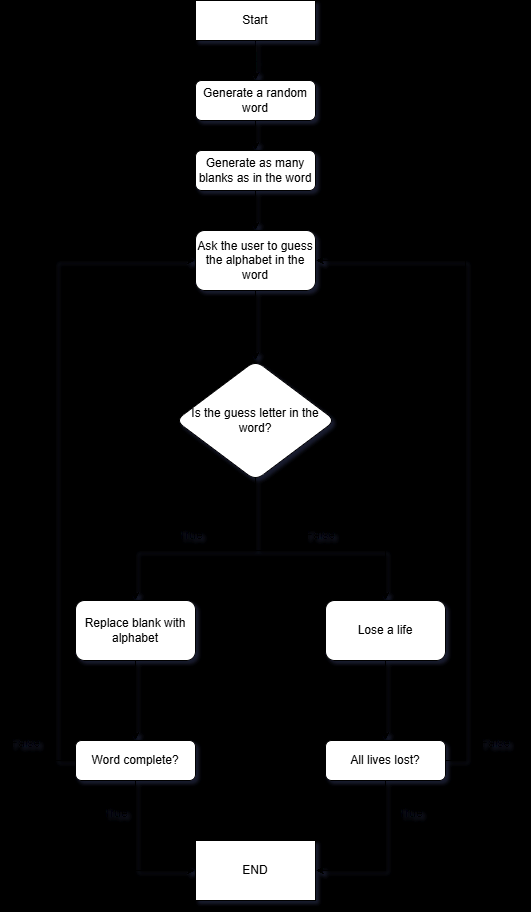
The draw.io diagram Flowchart Diagram.drawio.png in Lucifer2969/Hangman_Project, before a commit. Source tidied: cells renumbered, new cells last; positions are measured from the earlier drawing's top-left corner, leaving out a move shared by most shapes.
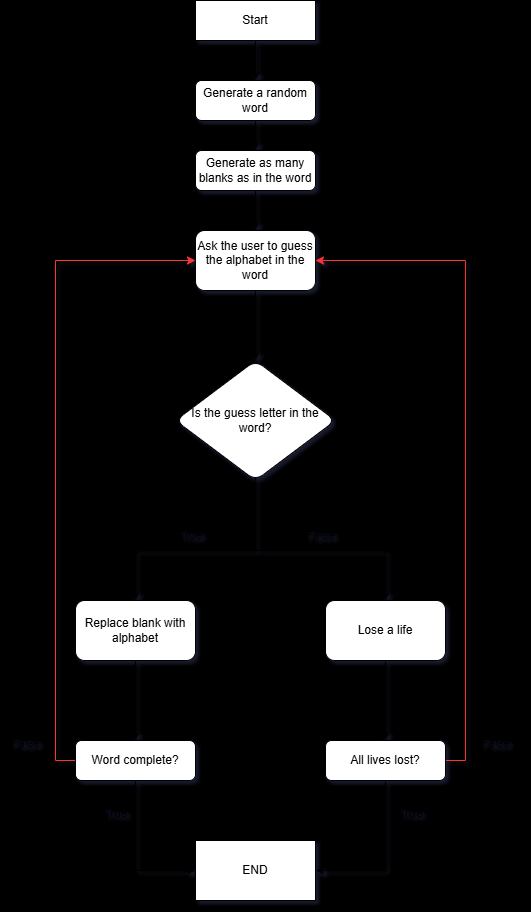
The same file after the commit.

The edit, as a diff of the source:
```diff
@@ -63,13 +63,13 @@
     <mxCell id="17" value="Is the guess letter in the word?" style="rhombus;whiteSpace=wrap;html=1;rounded=1;glass=0;strokeWidth=1;shadow=0;" parent="1" vertex="1">
       <mxGeometry x="175" y="360" width="160" height="120" as="geometry" />
     </mxCell>
-    <mxCell id="18" style="edgeStyle=orthogonalEdgeStyle;rounded=0;jettySize=auto;html=1;exitX=1;exitY=0.5;exitDx=0;exitDy=0;entryX=1;entryY=0.5;entryDx=0;entryDy=0;" parent="1" edge="1" source="19" target="7">
+    <mxCell id="18" style="edgeStyle=orthogonalEdgeStyle;rounded=0;jettySize=auto;html=1;exitX=1;exitY=0.5;exitDx=0;exitDy=0;entryX=1;entryY=0.5;entryDx=0;entryDy=0;strokeColor=light-dark(#FF3333,#EDEDED);" parent="1" edge="1" source="19" target="7">
       <mxGeometry relative="1" as="geometry" />
     </mxCell>
     <mxCell id="19" value="All lives lost?" style="whiteSpace=wrap;html=1;rounded=1;glass=0;strokeWidth=1;shadow=0;" parent="1" vertex="1">
       <mxGeometry x="325" y="740" width="120" height="40" as="geometry" />
     </mxCell>
-    <mxCell id="20" style="edgeStyle=orthogonalEdgeStyle;rounded=0;jettySize=auto;html=1;exitX=0;exitY=0.5;exitDx=0;exitDy=0;entryX=0;entryY=0.5;entryDx=0;entryDy=0;" parent="1" edge="1" source="21" target="7">
+    <mxCell id="20" style="edgeStyle=orthogonalEdgeStyle;rounded=0;jettySize=auto;html=1;exitX=0;exitY=0.5;exitDx=0;exitDy=0;entryX=0;entryY=0.5;entryDx=0;entryDy=0;fillColor=#fff2cc;strokeColor=#FF3333;" parent="1" edge="1" source="21" target="7">
       <mxGeometry relative="1" as="geometry" />
     </mxCell>
     <mxCell id="21" value="Word complete?" style="rounded=1;whiteSpace=wrap;html=1;glass=0;strokeWidth=1;shadow=0;" parent="1" vertex="1">
```
